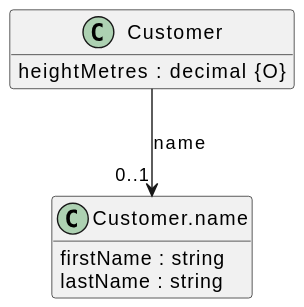
Above: src/docs/tests/anon-property-not-required.puml.svg in davidmoten/openapi-to-plantuml (PlantUML), before the change.
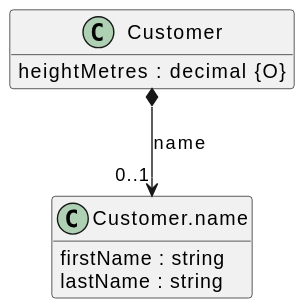
The same diagram one commit later.

Diff of the diagram source:
```diff
@@ -15,6 +15,5 @@
   {field} heightMetres : decimal {O}
 }
 
-"Customer" --> "0..1" "Customer.name"  :  "name"
-
+"Customer" *--> "0..1" "Customer.name"  :  "name"
 @enduml
```
